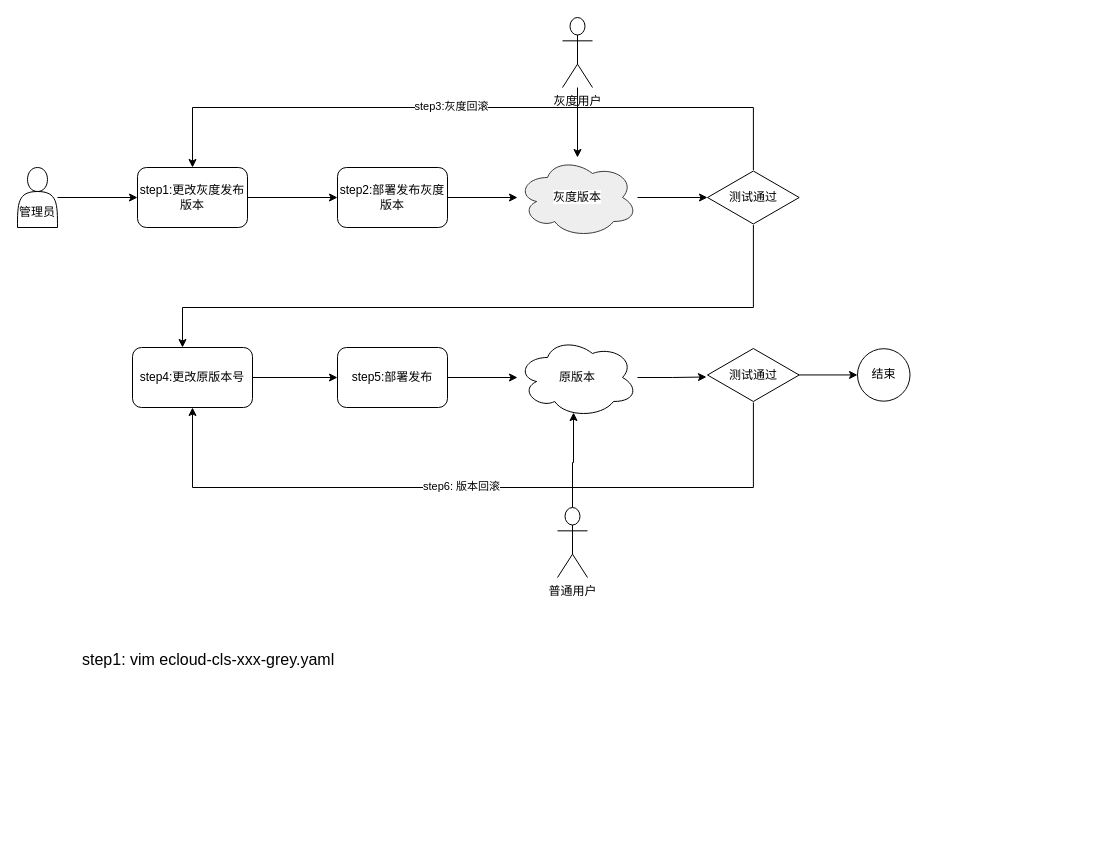
Earlier version of the draw.io diagram 灰度发布.drawio (HurryUpWb/pdf). Source tidied: cells renumbered, new cells numbered last; positions are measured from the earlier drawing's top-left corner, leaving out a move shared by most shapes. Both pictures are drawn from the tidied source at 100%, with x=0, y=0 at pixel (17, 17).
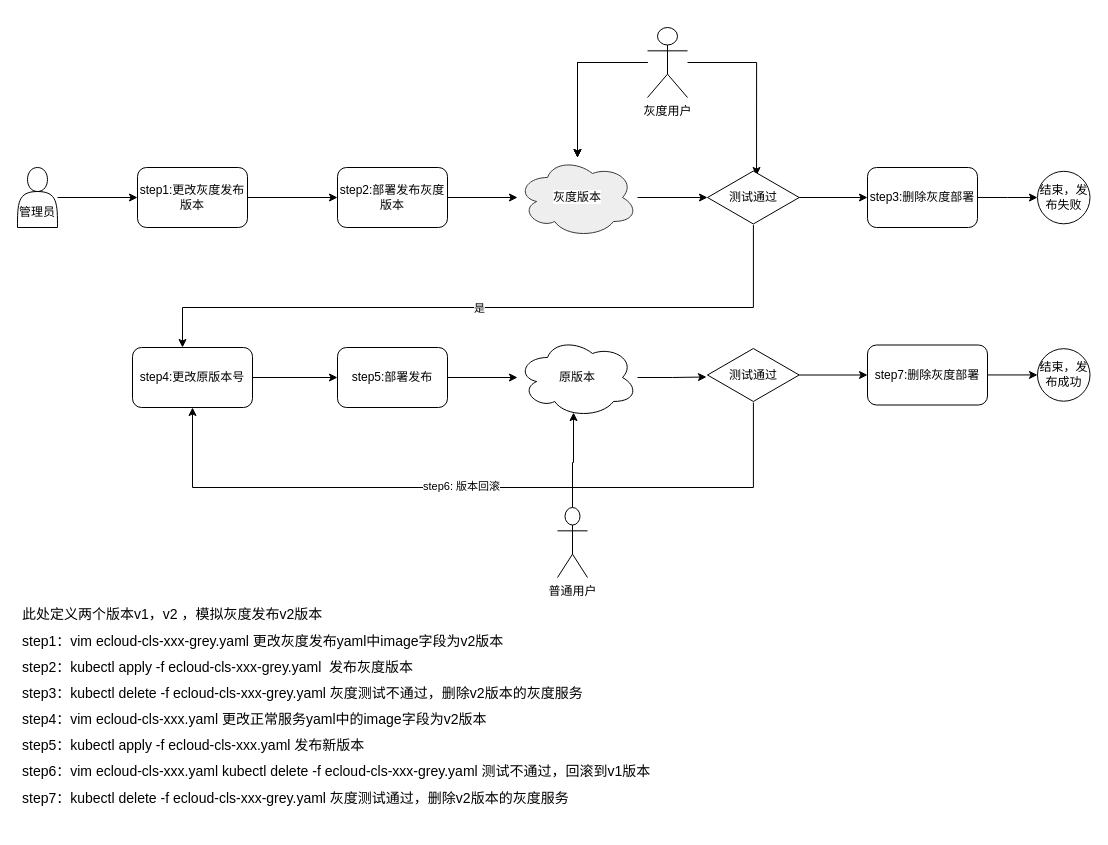
The same diagram, later.

Commit message (it also covers changes not shown here):
更新灰度发布.drawio

Unchanged cells that the change refers to:
```xml
<mxCell id="5" value="step1:更改灰度发布版本" style="rounded=1;whiteSpace=wrap;html=1;" parent="1" vertex="1">
  <mxGeometry x="120" y="150" width="110" height="60" as="geometry" />
</mxCell>
<mxCell id="9" value="&lt;span style=&quot;background-color: rgb(255 , 255 , 255)&quot;&gt;灰度版本&lt;/span&gt;" style="ellipse;shape=cloud;whiteSpace=wrap;html=1;strokeColor=#36393d;fillColor=#eeeeee;" parent="1" vertex="1">
  <mxGeometry x="500" y="140" width="120" height="80" as="geometry" />
</mxCell>
<mxCell id="14" style="edgeStyle=orthogonalEdgeStyle;rounded=0;jettySize=auto;html=1;" parent="1" edge="1" source="15" target="17">
  <mxGeometry relative="1" as="geometry">
    <Array as="points">
      <mxPoint x="736" y="290" />
      <mxPoint x="165" y="290" />
    </Array>
  </mxGeometry>
</mxCell>
<mxCell id="15" value="测试通过" style="html=1;whiteSpace=wrap;shape=isoRectangle;" parent="1" vertex="1">
  <mxGeometry x="690" y="152.5" width="91.7" height="55" as="geometry" />
</mxCell>
<mxCell id="25" value="测试通过" style="html=1;whiteSpace=wrap;shape=isoRectangle;" parent="1" vertex="1">
  <mxGeometry x="690" y="330" width="91.7" height="55" as="geometry" />
</mxCell>
```

What changed in the source:
```diff
@@
+    <mxCell id="30" style="edgeStyle=orthogonalEdgeStyle;rounded=0;jettySize=auto;html=1;entryX=0.535;entryY=0.1;entryDx=0;entryDy=0;entryPerimeter=0;" parent="1" edge="1" source="11" target="15">
+      <mxGeometry relative="1" as="geometry" />
+    </mxCell>
+    <mxCell id="31" style="edgeStyle=orthogonalEdgeStyle;rounded=0;jettySize=auto;html=1;" parent="1" edge="1" source="11" target="9">
+      <mxGeometry relative="1" as="geometry" />
+    </mxCell>
+    <mxCell id="32" style="edgeStyle=orthogonalEdgeStyle;rounded=0;jettySize=auto;html=1;" parent="1" edge="1" source="11" target="9">
+      <mxGeometry relative="1" as="geometry" />
+    </mxCell>
     <mxCell id="11" value="灰度用户" style="shape=umlActor;verticalLabelPosition=bottom;verticalAlign=top;html=1;" parent="1" vertex="1">
-      <mxGeometry x="545" width="30" height="70" as="geometry" />
+      <mxGeometry x="630" y="10" width="40" height="70" as="geometry" />
     </mxCell>
-    <mxCell id="12" style="edgeStyle=orthogonalEdgeStyle;rounded=0;jettySize=auto;html=1;entryX=0.5;entryY=0;entryDx=0;entryDy=0;" parent="1" edge="1" source="15" target="5">
-      <mxGeometry relative="1" as="geometry">
-        <Array as="points">
-          <mxPoint x="736" y="90" />
-          <mxPoint x="175" y="90" />
-        </Array>
-      </mxGeometry>
-    </mxCell>
-    <mxCell id="13" value="step3:灰度回滚" style="edgeLabel;html=1;align=center;verticalAlign=middle;" parent="12" vertex="1">
-      <mxGeometry x="-0.15" y="-2" relative="1" as="geometry">
-        <mxPoint x="-75" as="offset" />
-      </mxGeometry>
-    </mxCell>
@@
+    <mxCell id="33" value="是" style="edgeLabel;html=1;align=center;verticalAlign=middle;" parent="14" vertex="1">
+      <mxGeometry x="-0.19" y="5" relative="1" as="geometry">
+        <mxPoint x="-76" y="-5" as="offset" />
+      </mxGeometry>
+    </mxCell>
+    <mxCell id="34" style="edgeStyle=orthogonalEdgeStyle;rounded=0;jettySize=auto;html=1;" parent="1" edge="1" source="15" target="38">
+      <mxGeometry relative="1" as="geometry" />
+    </mxCell>
@@
-    <mxCell id="22" style="edgeStyle=orthogonalEdgeStyle;rounded=0;jettySize=auto;html=1;entryX=0;entryY=0.5;entryDx=0;entryDy=0;" parent="1" edge="1" source="25" target="26">
-      <mxGeometry relative="1" as="geometry" />
-    </mxCell>
@@
+    <mxCell id="35" style="edgeStyle=orthogonalEdgeStyle;rounded=0;jettySize=auto;html=1;entryX=0;entryY=0.5;entryDx=0;entryDy=0;" parent="1" edge="1" source="25" target="41">
+      <mxGeometry relative="1" as="geometry" />
+    </mxCell>
@@
-    <mxCell id="26" value="结束" style="ellipse;whiteSpace=wrap;html=1;strokeColor=#080808;" parent="1" vertex="1">
-      <mxGeometry x="840" y="331.2" width="52.5" height="52.5" as="geometry" />
+    <mxCell id="26" value="结束，发布成功" style="ellipse;whiteSpace=wrap;html=1;strokeColor=#080808;" parent="1" vertex="1">
+      <mxGeometry x="1020" y="331.2" width="52.5" height="52.5" as="geometry" />
     </mxCell>
@@
-    <mxCell id="29" value="&lt;h1&gt;&lt;span style=&quot;font-weight: normal&quot;&gt;&lt;font style=&quot;font-size: 16px&quot;&gt;step1:&amp;nbsp;vim&amp;nbsp;ecloud-cls-xxx-grey.yaml&amp;nbsp;&lt;/font&gt;&lt;/span&gt;&lt;/h1&gt;" style="text;html=1;strokeColor=none;fillColor=none;spacing=5;spacingTop=-20;whiteSpace=wrap;overflow=hidden;rounded=0;" parent="1" vertex="1">
-      <mxGeometry x="60" y="620" width="650" height="120" as="geometry" />
-    </mxCell>
+    <mxCell id="36" value="结束，发布失败" style="ellipse;whiteSpace=wrap;html=1;strokeColor=#080808;" parent="1" vertex="1">
+      <mxGeometry x="1020" y="153.8" width="52.5" height="52.5" as="geometry" />
+    </mxCell>
+    <mxCell id="37" style="edgeStyle=orthogonalEdgeStyle;rounded=0;jettySize=auto;html=1;entryX=0;entryY=0.5;entryDx=0;entryDy=0;" parent="1" edge="1" source="38" target="36">
+      <mxGeometry relative="1" as="geometry" />
+    </mxCell>
+    <mxCell id="38" value="step3:删除灰度部署" style="rounded=1;whiteSpace=wrap;html=1;" parent="1" vertex="1">
+      <mxGeometry x="850" y="150" width="110" height="60" as="geometry" />
+    </mxCell>
+    <mxCell id="39" value="&lt;h1 style=&quot;font-size: 14px&quot;&gt;&lt;span style=&quot;font-weight: normal&quot;&gt;&lt;font style=&quot;font-size: 14px&quot;&gt;此处定义两个版本v1，v2 ，模拟灰度发布v2版本&lt;/font&gt;&lt;/span&gt;&lt;/h1&gt;&lt;h1 style=&quot;font-size: 14px&quot;&gt;&lt;span style=&quot;font-weight: normal&quot;&gt;&lt;font style=&quot;font-size: 14px&quot;&gt;step1：vim ecloud-cls-xxx-grey.yaml 更改灰度发布yaml中image字段为v2版本&lt;/font&gt;&lt;/span&gt;&lt;/h1&gt;&lt;h1 style=&quot;font-size: 14px&quot;&gt;&lt;span style=&quot;font-weight: normal&quot;&gt;&lt;font style=&quot;font-size: 14px&quot;&gt;step2：kubectl apply -f ecloud-cls-xxx-grey.yaml&amp;nbsp; 发布灰度版本&lt;/font&gt;&lt;/span&gt;&lt;/h1&gt;&lt;h1 style=&quot;font-size: 14px&quot;&gt;&lt;span style=&quot;font-weight: normal&quot;&gt;&lt;font style=&quot;font-size: 14px&quot;&gt;step3：kubectl delete -f ecloud-cls-xxx-grey.yaml 灰度测试不通过，删除v2版本的灰度服务&lt;/font&gt;&lt;/span&gt;&lt;/h1&gt;&lt;h1 style=&quot;font-size: 14px&quot;&gt;&lt;span style=&quot;font-weight: normal&quot;&gt;&lt;font style=&quot;font-size: 14px&quot;&gt;step4：vim ecloud-cls-xxx.yaml 更改正常服务yaml中的image字段为v2版本&lt;/font&gt;&lt;/span&gt;&lt;/h1&gt;&lt;h1 style=&quot;font-size: 14px&quot;&gt;&lt;span style=&quot;font-weight: normal&quot;&gt;&lt;font style=&quot;font-size: 14px&quot;&gt;step5：kubectl apply -f ecloud-cls-xxx.yaml 发布新版本&lt;/font&gt;&lt;/span&gt;&lt;/h1&gt;&lt;h1 style=&quot;font-size: 14px&quot;&gt;&lt;span style=&quot;font-weight: normal&quot;&gt;&lt;font style=&quot;font-size: 14px&quot;&gt;step6：vim ecloud-cls-xxx.yaml kubectl delete -f ecloud-cls-xxx-grey.yaml 测试不通过，回滚到v1版本&lt;/font&gt;&lt;/span&gt;&lt;/h1&gt;&lt;div&gt;&lt;font&gt;&lt;span style=&quot;font-size: 14px&quot;&gt;step7：kubectl delete -f ecloud-cls-xxx-grey.yaml 灰度测试通过，删除v2版本的灰度服务&lt;/span&gt;&lt;br&gt;&lt;/font&gt;&lt;/div&gt;" style="text;html=1;strokeColor=none;fillColor=none;spacing=5;spacingTop=-20;whiteSpace=wrap;overflow=hidden;rounded=0;" parent="1" vertex="1">
+      <mxGeometry y="590" width="670" height="220" as="geometry" />
+    </mxCell>
+    <mxCell id="40" style="edgeStyle=orthogonalEdgeStyle;rounded=0;jettySize=auto;html=1;entryX=0;entryY=0.5;entryDx=0;entryDy=0;" parent="1" edge="1" source="41" target="26">
+      <mxGeometry relative="1" as="geometry" />
+    </mxCell>
+    <mxCell id="41" value="step7:删除灰度部署" style="rounded=1;whiteSpace=wrap;html=1;" parent="1" vertex="1">
+      <mxGeometry x="850" y="327.5" width="120" height="60" as="geometry" />
+    </mxCell>
```
